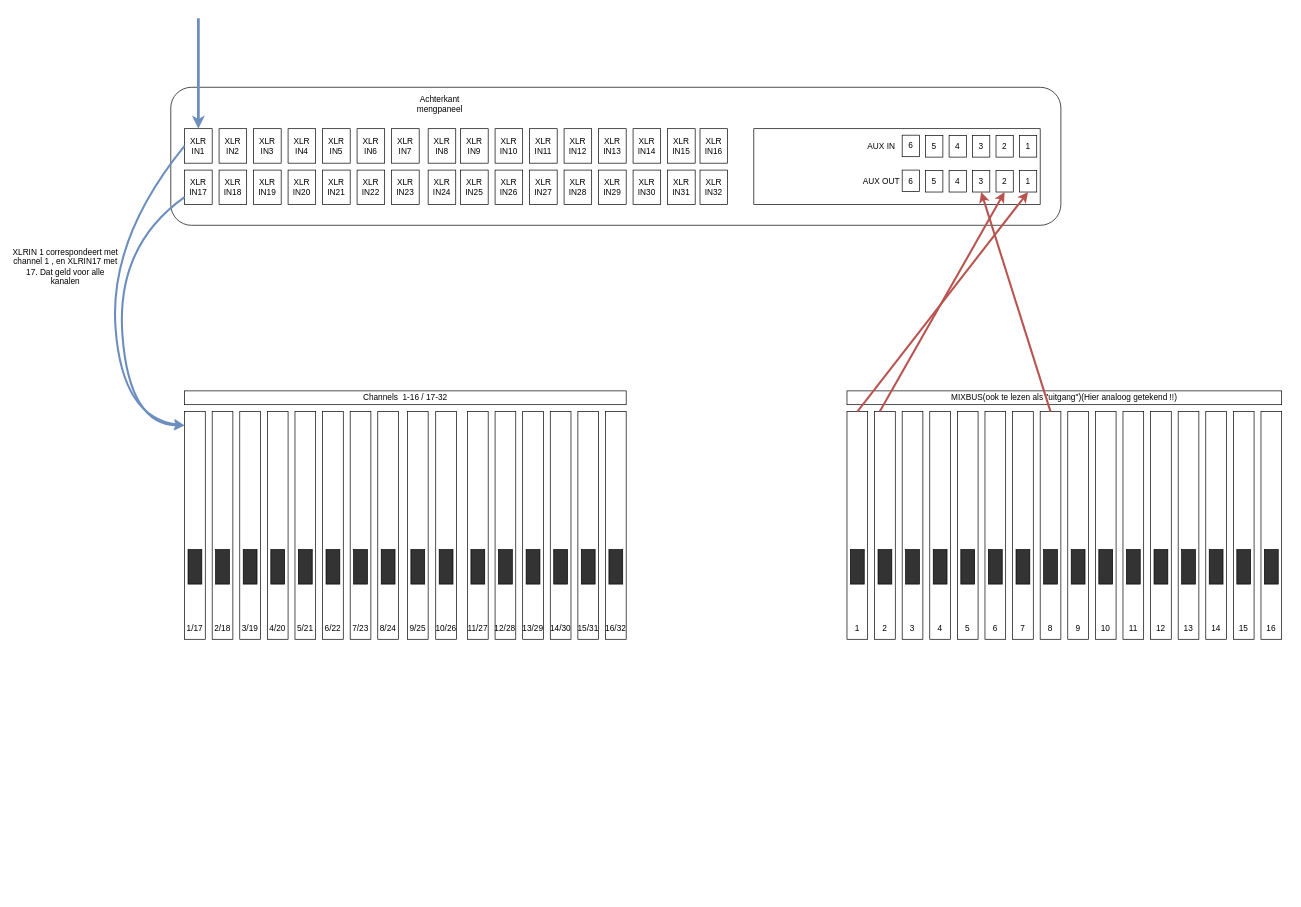
Above: Diagram zonder titel.drawio in Marsipulami/DrawIO (draw.io), before the change. Source tidied: cells renumbered, new cells numbered last; positions are measured from the earlier drawing's top-left corner, leaving out a move shared by most shapes. Both pictures are drawn from the tidied source at 69%, with x=0, y=0 at pixel (12, 18).
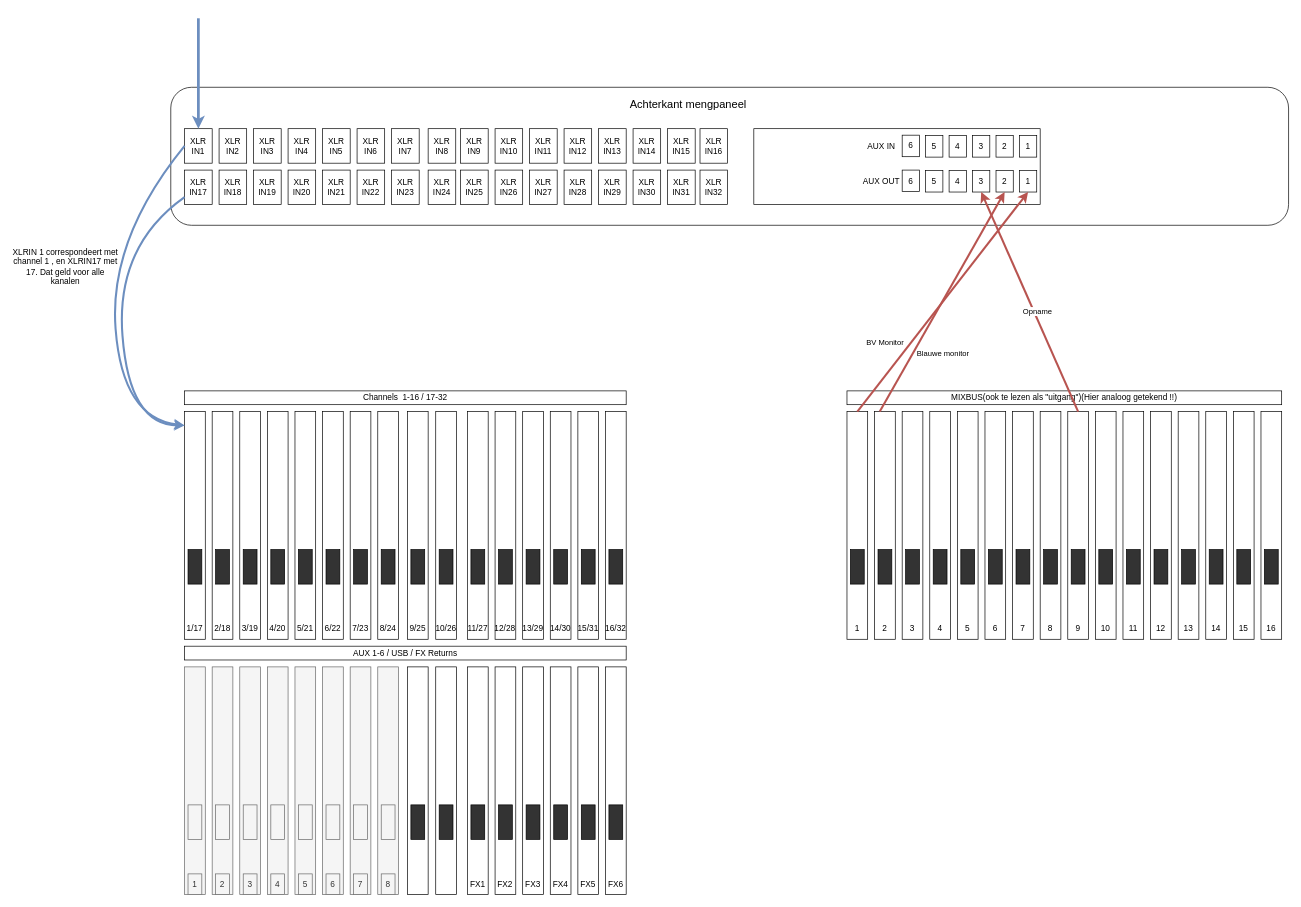
Above is the later version.

Unchanged cells that the change refers to:
```xml
<mxCell id="108" style="rounded=0;whiteSpace=wrap;html=1;" parent="1" vertex="1">
  <mxGeometry x="1490" y="570" width="30" height="330" as="geometry" />
</mxCell>
<mxCell id="122" value="3" style="rounded=0;whiteSpace=wrap;html=1;" parent="1" vertex="1">
  <mxGeometry x="1392" y="220.6" width="25" height="31.2" as="geometry" />
</mxCell>
<mxCell id="129" style="endArrow=classic;html=1;rounded=0;entryX=0.5;entryY=1;entryDx=0;entryDy=0;exitX=0.5;exitY=0;exitDx=0;exitDy=0;fillColor=#f8cecc;strokeColor=#b85450;strokeWidth=3;" parent="1" edge="1" source="39" target="120">
  <mxGeometry relative="1" as="geometry" />
</mxCell>
<mxCell id="130" style="endArrow=classic;html=1;rounded=0;entryX=0.5;entryY=1;entryDx=0;entryDy=0;exitX=0.25;exitY=0;exitDx=0;exitDy=0;fillColor=#f8cecc;strokeColor=#b85450;strokeWidth=3;" parent="1" edge="1" source="90" target="121">
  <mxGeometry relative="1" as="geometry" />
</mxCell>
<mxCell id="131" style="rounded=0;whiteSpace=wrap;html=1;" parent="1" vertex="1">
  <mxGeometry x="1530" y="570" width="30" height="330" as="geometry" />
</mxCell>
```

Diff of the diagram source:
```diff
@@
     <mxCell id="2" style="rounded=1;whiteSpace=wrap;html=1;" parent="1" vertex="1">
-      <mxGeometry x="230" y="100" width="1290" height="200" as="geometry" />
+      <mxGeometry x="230" y="100" width="1620" height="200" as="geometry" />
     </mxCell>
@@
-    <mxCell id="35" value="Achterkant mengpaneel" style="text;html=1;strokeColor=none;fillColor=none;align=center;verticalAlign=middle;whiteSpace=wrap;rounded=0;" parent="1" vertex="1">
-      <mxGeometry x="590" y="110" width="60" height="30" as="geometry" />
+    <mxCell id="35" value="Achterkant mengpaneel" style="text;html=1;strokeColor=none;fillColor=none;align=center;verticalAlign=middle;whiteSpace=wrap;rounded=0;fontSize=16;" parent="1" vertex="1">
+      <mxGeometry x="590" y="110" width="780" height="30" as="geometry" />
     </mxCell>
@@
+    <mxCell id="156" value="BV Monitor" style="edgeLabel;html=1;align=center;verticalAlign=middle;" parent="129" vertex="1">
+      <mxGeometry x="-0.52" y="-3" relative="1" as="geometry">
+        <mxPoint x="-22" y="-26" as="offset" />
+      </mxGeometry>
+    </mxCell>
@@
+    <mxCell id="157" value="Blauwe monitor" style="edgeLabel;html=1;align=center;verticalAlign=middle;" parent="130" vertex="1">
+      <mxGeometry x="-0.47" relative="1" as="geometry">
+        <mxPoint x="43" as="offset" />
+      </mxGeometry>
+    </mxCell>
@@
-    <mxCell id="155" style="endArrow=classic;html=1;rounded=0;entryX=0.5;entryY=1;entryDx=0;entryDy=0;exitX=0.5;exitY=0;exitDx=0;exitDy=0;fillColor=#f8cecc;strokeColor=#b85450;strokeWidth=3;" parent="1" edge="1" source="108" target="122">
+    <mxCell id="155" style="endArrow=classic;html=1;rounded=0;entryX=0.5;entryY=1;entryDx=0;entryDy=0;exitX=0.5;exitY=0;exitDx=0;exitDy=0;fillColor=#f8cecc;strokeColor=#b85450;strokeWidth=3;" parent="1" edge="1" source="131" target="122">
       <mxGeometry relative="1" as="geometry" />
     </mxCell>
+    <mxCell id="158" value="Opname" style="edgeLabel;html=1;align=center;verticalAlign=middle;" parent="155" vertex="1">
+      <mxGeometry x="-0.1" y="-4" relative="1" as="geometry" />
+    </mxCell>
+    <mxCell id="159" style="rounded=0;whiteSpace=wrap;html=1;fillColor=#f5f5f5;strokeColor=#666666;fontColor=#333333;" parent="1" vertex="1">
+      <mxGeometry x="250" y="940" width="30" height="330" as="geometry" />
+    </mxCell>
+    <mxCell id="160" style="rounded=0;whiteSpace=wrap;html=1;fillColor=#f5f5f5;strokeColor=#666666;fontColor=#333333;" parent="1" vertex="1">
+      <mxGeometry x="255" y="1140" width="20" height="50" as="geometry" />
+    </mxCell>
+    <mxCell id="161" value="1" style="text;html=1;strokeColor=#666666;fillColor=#f5f5f5;align=center;verticalAlign=middle;whiteSpace=wrap;rounded=0;fontColor=#333333;" parent="1" vertex="1">
+      <mxGeometry x="255" y="1240" width="20" height="30" as="geometry" />
+    </mxCell>
+    <mxCell id="162" style="rounded=0;whiteSpace=wrap;html=1;fillColor=#f5f5f5;strokeColor=#666666;fontColor=#333333;" parent="1" vertex="1">
+      <mxGeometry x="290" y="940" width="30" height="330" as="geometry" />
+    </mxCell>
+    <mxCell id="163" style="rounded=0;whiteSpace=wrap;html=1;fillColor=#f5f5f5;strokeColor=#666666;fontColor=#333333;" parent="1" vertex="1">
+      <mxGeometry x="295" y="1140" width="20" height="50" as="geometry" />
+    </mxCell>
+    <mxCell id="164" value="2" style="text;html=1;strokeColor=#666666;fillColor=#f5f5f5;align=center;verticalAlign=middle;whiteSpace=wrap;rounded=0;fontColor=#333333;" parent="1" vertex="1">
+      <mxGeometry x="295" y="1240" width="20" height="30" as="geometry" />
+    </mxCell>
+    <mxCell id="165" style="rounded=0;whiteSpace=wrap;html=1;fillColor=#f5f5f5;strokeColor=#666666;fontColor=#333333;" parent="1" vertex="1">
+      <mxGeometry x="330" y="940" width="30" height="330" as="geometry" />
+    </mxCell>
+    <mxCell id="166" style="rounded=0;whiteSpace=wrap;html=1;fillColor=#f5f5f5;strokeColor=#666666;fontColor=#333333;" parent="1" vertex="1">
+      <mxGeometry x="335" y="1140" width="20" height="50" as="geometry" />
+    </mxCell>
+    <mxCell id="167" value="3" style="text;html=1;strokeColor=#666666;fillColor=#f5f5f5;align=center;verticalAlign=middle;whiteSpace=wrap;rounded=0;fontColor=#333333;" parent="1" vertex="1">
+      <mxGeometry x="335" y="1240" width="20" height="30" as="geometry" />
+    </mxCell>
+    <mxCell id="168" style="rounded=0;whiteSpace=wrap;html=1;fillColor=#f5f5f5;strokeColor=#666666;fontColor=#333333;" parent="1" vertex="1">
+      <mxGeometry x="370" y="940" width="30" height="330" as="geometry" />
+    </mxCell>
+    <mxCell id="169" style="rounded=0;whiteSpace=wrap;html=1;fillColor=#f5f5f5;strokeColor=#666666;fontColor=#333333;" parent="1" vertex="1">
+      <mxGeometry x="375" y="1140" width="20" height="50" as="geometry" />
+    </mxCell>
+    <mxCell id="170" value="4" style="text;html=1;strokeColor=#666666;fillColor=#f5f5f5;align=center;verticalAlign=middle;whiteSpace=wrap;rounded=0;fontColor=#333333;" parent="1" vertex="1">
+      <mxGeometry x="375" y="1240" width="20" height="30" as="geometry" />
+    </mxCell>
+    <mxCell id="171" style="rounded=0;whiteSpace=wrap;html=1;fillColor=#f5f5f5;strokeColor=#666666;fontColor=#333333;" parent="1" vertex="1">
+      <mxGeometry x="410" y="940" width="30" height="330" as="geometry" />
+    </mxCell>
+    <mxCell id="172" style="rounded=0;whiteSpace=wrap;html=1;fillColor=#f5f5f5;strokeColor=#666666;fontColor=#333333;" parent="1" vertex="1">
+      <mxGeometry x="415" y="1140" width="20" height="50" as="geometry" />
+    </mxCell>
+    <mxCell id="173" value="5" style="text;html=1;strokeColor=#666666;fillColor=#f5f5f5;align=center;verticalAlign=middle;whiteSpace=wrap;rounded=0;fontColor=#333333;" parent="1" vertex="1">
+      <mxGeometry x="415" y="1240" width="20" height="30" as="geometry" />
+    </mxCell>
+    <mxCell id="174" style="rounded=0;whiteSpace=wrap;html=1;fillColor=#f5f5f5;strokeColor=#666666;fontColor=#333333;" parent="1" vertex="1">
+      <mxGeometry x="450" y="940" width="30" height="330" as="geometry" />
+    </mxCell>
+    <mxCell id="175" style="rounded=0;whiteSpace=wrap;html=1;fillColor=#f5f5f5;strokeColor=#666666;fontColor=#333333;" parent="1" vertex="1">
+      <mxGeometry x="455" y="1140" width="20" height="50" as="geometry" />
+    </mxCell>
+    <mxCell id="176" value="6" style="text;html=1;strokeColor=#666666;fillColor=#f5f5f5;align=center;verticalAlign=middle;whiteSpace=wrap;rounded=0;fontColor=#333333;" parent="1" vertex="1">
+      <mxGeometry x="455" y="1240" width="20" height="30" as="geometry" />
+    </mxCell>
+    <mxCell id="177" style="rounded=0;whiteSpace=wrap;html=1;fillColor=#f5f5f5;strokeColor=#666666;fontColor=#333333;" parent="1" vertex="1">
+      <mxGeometry x="490" y="940" width="30" height="330" as="geometry" />
+    </mxCell>
+    <mxCell id="178" style="rounded=0;whiteSpace=wrap;html=1;fillColor=#f5f5f5;strokeColor=#666666;fontColor=#333333;" parent="1" vertex="1">
+      <mxGeometry x="495" y="1140" width="20" height="50" as="geometry" />
+    </mxCell>
+    <mxCell id="179" value="7" style="text;html=1;strokeColor=#666666;fillColor=#f5f5f5;align=center;verticalAlign=middle;whiteSpace=wrap;rounded=0;fontColor=#333333;" parent="1" vertex="1">
+      <mxGeometry x="495" y="1240" width="20" height="30" as="geometry" />
+    </mxCell>
+    <mxCell id="180" style="rounded=0;whiteSpace=wrap;html=1;fillColor=#f5f5f5;strokeColor=#666666;fontColor=#333333;" parent="1" vertex="1">
+      <mxGeometry x="530" y="940" width="30" height="330" as="geometry" />
+    </mxCell>
+    <mxCell id="181" style="rounded=0;whiteSpace=wrap;html=1;fillColor=#f5f5f5;strokeColor=#666666;fontColor=#333333;" parent="1" vertex="1">
+      <mxGeometry x="535" y="1140" width="20" height="50" as="geometry" />
+    </mxCell>
+    <mxCell id="182" value="8" style="text;html=1;strokeColor=#666666;fillColor=#f5f5f5;align=center;verticalAlign=middle;whiteSpace=wrap;rounded=0;fontColor=#333333;" parent="1" vertex="1">
+      <mxGeometry x="535" y="1240" width="20" height="30" as="geometry" />
+    </mxCell>
+    <mxCell id="183" style="rounded=0;whiteSpace=wrap;html=1;" parent="1" vertex="1">
+      <mxGeometry x="573" y="940" width="30" height="330" as="geometry" />
+    </mxCell>
+    <mxCell id="184" style="rounded=0;whiteSpace=wrap;html=1;fillColor=#333333;" parent="1" vertex="1">
+      <mxGeometry x="578" y="1140" width="20" height="50" as="geometry" />
+    </mxCell>
+    <mxCell id="185" style="rounded=0;whiteSpace=wrap;html=1;" parent="1" vertex="1">
+      <mxGeometry x="614" y="940" width="30" height="330" as="geometry" />
+    </mxCell>
+    <mxCell id="186" style="rounded=0;whiteSpace=wrap;html=1;fillColor=#333333;" parent="1" vertex="1">
+      <mxGeometry x="619" y="1140" width="20" height="50" as="geometry" />
+    </mxCell>
+    <mxCell id="187" style="rounded=0;whiteSpace=wrap;html=1;" parent="1" vertex="1">
+      <mxGeometry x="660" y="940" width="30" height="330" as="geometry" />
+    </mxCell>
+    <mxCell id="188" style="rounded=0;whiteSpace=wrap;html=1;fillColor=#333333;" parent="1" vertex="1">
+      <mxGeometry x="665" y="1140" width="20" height="50" as="geometry" />
+    </mxCell>
+    <mxCell id="189" value="FX1" style="text;html=1;strokeColor=none;fillColor=none;align=center;verticalAlign=middle;whiteSpace=wrap;rounded=0;" parent="1" vertex="1">
+      <mxGeometry x="665" y="1240" width="20" height="30" as="geometry" />
+    </mxCell>
+    <mxCell id="190" style="rounded=0;whiteSpace=wrap;html=1;" parent="1" vertex="1">
+      <mxGeometry x="700" y="940" width="30" height="330" as="geometry" />
+    </mxCell>
+    <mxCell id="191" style="rounded=0;whiteSpace=wrap;html=1;fillColor=#333333;" parent="1" vertex="1">
+      <mxGeometry x="705" y="1140" width="20" height="50" as="geometry" />
+    </mxCell>
+    <mxCell id="192" value="FX2" style="text;html=1;strokeColor=none;fillColor=none;align=center;verticalAlign=middle;whiteSpace=wrap;rounded=0;" parent="1" vertex="1">
+      <mxGeometry x="702" y="1240" width="25" height="30" as="geometry" />
+    </mxCell>
+    <mxCell id="193" style="rounded=0;whiteSpace=wrap;html=1;" parent="1" vertex="1">
+      <mxGeometry x="740" y="940" width="30" height="330" as="geometry" />
+    </mxCell>
+    <mxCell id="194" style="rounded=0;whiteSpace=wrap;html=1;fillColor=#333333;" parent="1" vertex="1">
+      <mxGeometry x="745" y="1140" width="20" height="50" as="geometry" />
+    </mxCell>
+    <mxCell id="195" value="FX3" style="text;html=1;strokeColor=none;fillColor=none;align=center;verticalAlign=middle;whiteSpace=wrap;rounded=0;" parent="1" vertex="1">
+      <mxGeometry x="745" y="1240" width="20" height="30" as="geometry" />
+    </mxCell>
+    <mxCell id="196" style="rounded=0;whiteSpace=wrap;html=1;" parent="1" vertex="1">
+      <mxGeometry x="780" y="940" width="30" height="330" as="geometry" />
+    </mxCell>
+    <mxCell id="197" style="rounded=0;whiteSpace=wrap;html=1;fillColor=#333333;" parent="1" vertex="1">
+      <mxGeometry x="785" y="1140" width="20" height="50" as="geometry" />
+    </mxCell>
+    <mxCell id="198" value="FX4" style="text;html=1;strokeColor=none;fillColor=none;align=center;verticalAlign=middle;whiteSpace=wrap;rounded=0;" parent="1" vertex="1">
+      <mxGeometry x="785" y="1240" width="20" height="30" as="geometry" />
+    </mxCell>
+    <mxCell id="199" style="rounded=0;whiteSpace=wrap;html=1;" parent="1" vertex="1">
+      <mxGeometry x="820" y="940" width="30" height="330" as="geometry" />
+    </mxCell>
+    <mxCell id="200" style="rounded=0;whiteSpace=wrap;html=1;fillColor=#333333;" parent="1" vertex="1">
+      <mxGeometry x="825" y="1140" width="20" height="50" as="geometry" />
+    </mxCell>
+    <mxCell id="201" value="FX5" style="text;html=1;strokeColor=none;fillColor=none;align=center;verticalAlign=middle;whiteSpace=wrap;rounded=0;" parent="1" vertex="1">
+      <mxGeometry x="825" y="1240" width="20" height="30" as="geometry" />
+    </mxCell>
+    <mxCell id="202" style="rounded=0;whiteSpace=wrap;html=1;" parent="1" vertex="1">
+      <mxGeometry x="860" y="940" width="30" height="330" as="geometry" />
+    </mxCell>
+    <mxCell id="203" style="rounded=0;whiteSpace=wrap;html=1;fillColor=#333333;" parent="1" vertex="1">
+      <mxGeometry x="865" y="1140" width="20" height="50" as="geometry" />
+    </mxCell>
+    <mxCell id="204" value="FX6" style="text;html=1;strokeColor=none;fillColor=none;align=center;verticalAlign=middle;whiteSpace=wrap;rounded=0;" parent="1" vertex="1">
+      <mxGeometry x="865" y="1240" width="20" height="30" as="geometry" />
+    </mxCell>
+    <mxCell id="205" value="AUX 1-6 / USB / FX Returns" style="rounded=0;whiteSpace=wrap;html=1;" parent="1" vertex="1">
+      <mxGeometry x="250" y="910" width="640" height="20" as="geometry" />
+    </mxCell>
```
